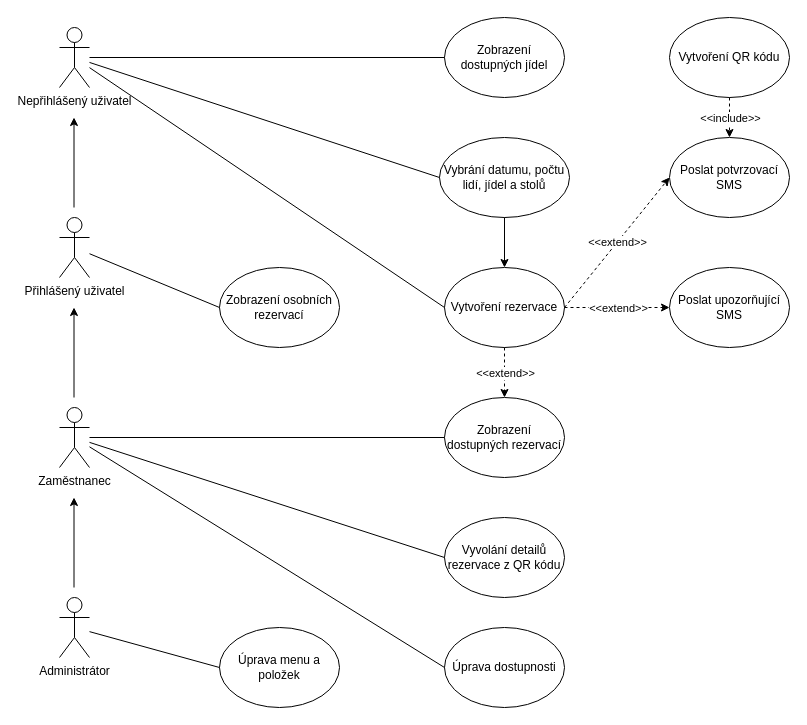
Before: page "Usecase diagram" (1 of 2) of Diagram.drawio in LPbigFish/SWI-Projekt, a draw.io diagram. Source tidied: cells renumbered, new cells numbered last; positions are measured from the earlier drawing's top-left corner, leaving out a move shared by most shapes. Both pictures are drawn from the tidied source at 100%, with x=0, y=0 at pixel (59, 17).
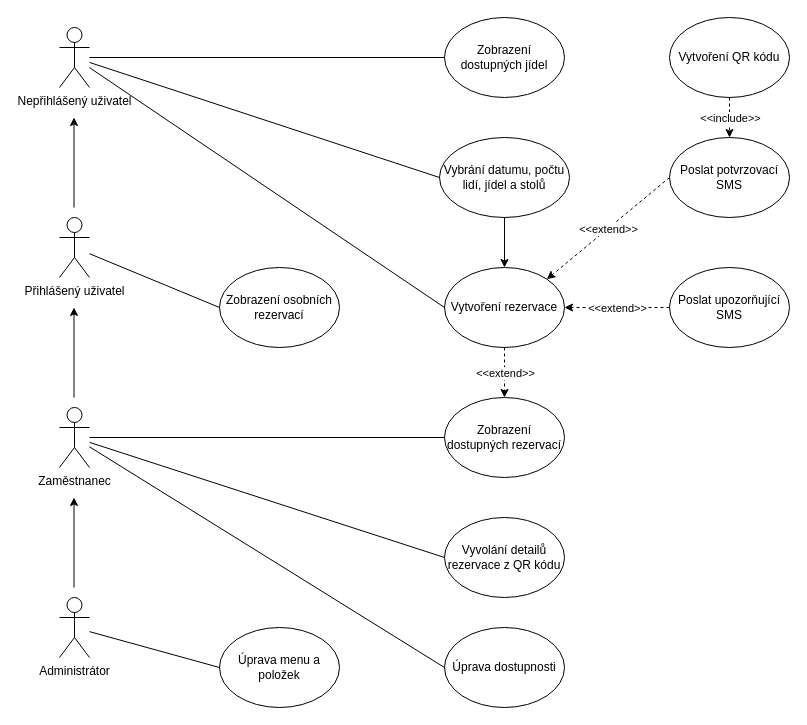
Above is the later version.

Unchanged cells that the change refers to:
```xml
<mxCell id="7" value="Vytvoření rezervace" style="ellipse;whiteSpace=wrap;html=1;" parent="1" vertex="1">
  <mxGeometry x="385" y="250" width="120" height="80" as="geometry" />
</mxCell>
<mxCell id="8" value="Poslat potvrzovací SMS" style="ellipse;whiteSpace=wrap;html=1;" parent="1" vertex="1">
  <mxGeometry x="610" y="120" width="120" height="80" as="geometry" />
</mxCell>
<mxCell id="13" value="Poslat upozorňující SMS" style="ellipse;whiteSpace=wrap;html=1;" parent="1" vertex="1">
  <mxGeometry x="610" y="250" width="120" height="80" as="geometry" />
</mxCell>
```

Change to the diagram source:
```diff
@@
-    <mxCell id="9" style="endArrow=classic;html=1;rounded=0;entryX=0;entryY=0.5;entryDx=0;entryDy=0;dashed=1;exitX=1;exitY=0.5;exitDx=0;exitDy=0;" parent="1" edge="1" source="7" target="8">
+    <mxCell id="9" style="endArrow=classic;html=1;rounded=0;entryX=1;entryY=0;entryDx=0;entryDy=0;dashed=1;exitX=0;exitY=0.5;exitDx=0;exitDy=0;" parent="1" edge="1" source="8" target="7">
       <mxGeometry relative="1" as="geometry" />
     </mxCell>
@@
-    <mxCell id="11" style="endArrow=classic;html=1;rounded=0;dashed=1;entryX=0;entryY=0.5;entryDx=0;entryDy=0;exitX=1;exitY=0.5;exitDx=0;exitDy=0;" parent="1" edge="1" source="7" target="13">
+    <mxCell id="11" style="endArrow=classic;html=1;rounded=0;dashed=1;entryX=1;entryY=0.5;entryDx=0;entryDy=0;exitX=0;exitY=0.5;exitDx=0;exitDy=0;" parent="1" edge="1" source="13" target="7">
       <mxGeometry relative="1" as="geometry" />
     </mxCell>
```
